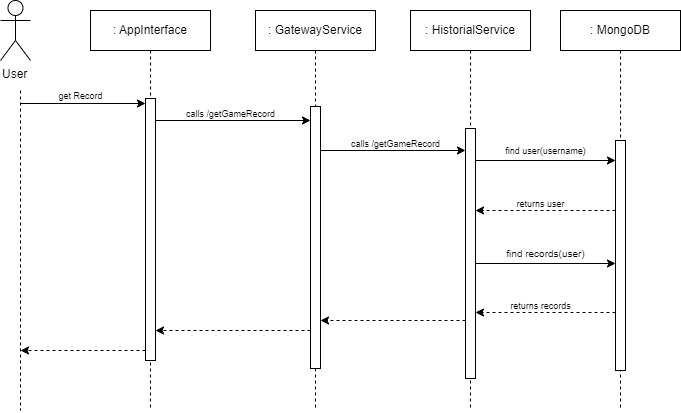
Before: docs/images/getRecordScenario.png, a diagram exported from draw.io (Arquisoft/wiq_es1b). Source tidied: cells renumbered, new cells last; positions are measured from the earlier drawing's top-left corner, leaving out a move shared by most shapes. The source it was exported from:
```xml
<mxGraphModel>
  <root>
    <mxCell id="0" />
    <mxCell id="1" parent="0" />
    <mxCell id="2" style="edgeStyle=orthogonalEdgeStyle;rounded=0;orthogonalLoop=1;jettySize=auto;html=1;dashed=1;endArrow=none;endFill=0;" parent="1" edge="1">
      <mxGeometry relative="1" as="geometry">
        <mxPoint x="20" y="90" as="sourcePoint" />
        <mxPoint x="20" y="410" as="targetPoint" />
      </mxGeometry>
    </mxCell>
    <mxCell id="3" value="User" style="shape=umlActor;verticalLabelPosition=bottom;verticalAlign=top;html=1;direction=east;align=left;horizontal=1;" parent="1" vertex="1">
      <mxGeometry width="30" height="60" as="geometry" />
    </mxCell>
    <mxCell id="4" style="edgeStyle=orthogonalEdgeStyle;rounded=0;jettySize=auto;html=1;dashed=1;endArrow=none;endFill=0;" parent="1" edge="1" source="5">
      <mxGeometry relative="1" as="geometry">
        <mxPoint x="150" y="410" as="targetPoint" />
      </mxGeometry>
    </mxCell>
    <mxCell id="5" value=": AppInterface" style="rounded=0;whiteSpace=wrap;html=1;" parent="1" vertex="1">
      <mxGeometry x="90" y="10" width="120" height="40" as="geometry" />
    </mxCell>
    <mxCell id="6" style="endArrow=classic;html=1;rounded=0;entryX=0;entryY=0;entryDx=0;entryDy=5;entryPerimeter=0;" parent="1" edge="1" target="9">
      <mxGeometry relative="1" as="geometry">
        <mxPoint x="20" y="103" as="sourcePoint" />
      </mxGeometry>
    </mxCell>
    <mxCell id="7" value="&lt;font style=&quot;font-size: 9px;&quot;&gt;get Record&lt;/font&gt;" style="text;html=1;align=center;verticalAlign=middle;strokeColor=none;fillColor=none;" parent="1" vertex="1">
      <mxGeometry x="45" y="80" width="70" height="30" as="geometry" />
    </mxCell>
    <mxCell id="8" style="edgeStyle=orthogonalEdgeStyle;rounded=0;orthogonalLoop=1;jettySize=auto;html=1;curved=0;dashed=1;" parent="1" edge="1">
      <mxGeometry relative="1" as="geometry">
        <mxPoint x="145" y="350" as="sourcePoint" />
        <mxPoint x="20" y="350" as="targetPoint" />
      </mxGeometry>
    </mxCell>
    <mxCell id="9" style="html=1;points=[[0,0,0,0,5],[0,1,0,0,-5],[1,0,0,0,5],[1,1,0,0,-5]];perimeter=orthogonalPerimeter;outlineConnect=0;targetShapes=umlLifeline;portConstraint=eastwest;newEdgeStyle={&quot;curved&quot;:0,&quot;rounded&quot;:0};" parent="1" vertex="1">
      <mxGeometry x="145" y="98" width="10" height="262" as="geometry" />
    </mxCell>
    <mxCell id="10" style="edgeStyle=orthogonalEdgeStyle;rounded=0;orthogonalLoop=1;jettySize=auto;html=1;curved=0;" parent="1" edge="1">
      <mxGeometry relative="1" as="geometry">
        <mxPoint x="155" y="120" as="sourcePoint" />
        <mxPoint x="310" y="120" as="targetPoint" />
        <Array as="points">
          <mxPoint x="155" y="120" />
        </Array>
      </mxGeometry>
    </mxCell>
    <mxCell id="11" style="edgeStyle=orthogonalEdgeStyle;rounded=0;jettySize=auto;html=1;dashed=1;endArrow=none;endFill=0;" parent="1" edge="1" source="12">
      <mxGeometry relative="1" as="geometry">
        <mxPoint x="315" y="410" as="targetPoint" />
      </mxGeometry>
    </mxCell>
    <mxCell id="12" value=": GatewayService" style="rounded=0;whiteSpace=wrap;html=1;" parent="1" vertex="1">
      <mxGeometry x="255" y="10" width="120" height="40" as="geometry" />
    </mxCell>
    <mxCell id="13" style="edgeStyle=orthogonalEdgeStyle;rounded=0;orthogonalLoop=1;jettySize=auto;html=1;curved=0;dashed=1;" parent="1" edge="1">
      <mxGeometry relative="1" as="geometry">
        <mxPoint x="310" y="330" as="sourcePoint" />
        <mxPoint x="155" y="330" as="targetPoint" />
        <Array as="points">
          <mxPoint x="190" y="330" />
          <mxPoint x="190" y="330" />
        </Array>
      </mxGeometry>
    </mxCell>
    <mxCell id="14" style="html=1;perimeter=orthogonalPerimeter;targetShapes=umlLifeline;newEdgeStyle={&quot;curved&quot;:0,&quot;rounded&quot;:0};" parent="1" vertex="1">
      <mxGeometry x="310" y="106" width="10" height="262" as="geometry" />
    </mxCell>
    <mxCell id="15" value="&lt;font style=&quot;font-size: 9px;&quot;&gt;calls /getGameRecord&lt;/font&gt;" style="text;html=1;align=center;verticalAlign=middle;strokeColor=none;fillColor=none;" parent="1" vertex="1">
      <mxGeometry x="175" y="98" width="110" height="30" as="geometry" />
    </mxCell>
    <mxCell id="16" style="edgeStyle=orthogonalEdgeStyle;rounded=0;jettySize=auto;html=1;dashed=1;endArrow=none;endFill=0;" parent="1" edge="1" source="17">
      <mxGeometry relative="1" as="geometry">
        <mxPoint x="470" y="410" as="targetPoint" />
      </mxGeometry>
    </mxCell>
    <mxCell id="17" value=": HistorialService" style="rounded=0;whiteSpace=wrap;html=1;" parent="1" vertex="1">
      <mxGeometry x="410" y="10" width="120" height="40" as="geometry" />
    </mxCell>
    <mxCell id="18" style="edgeStyle=orthogonalEdgeStyle;rounded=0;orthogonalLoop=1;jettySize=auto;html=1;curved=0;dashed=1;" parent="1" edge="1">
      <mxGeometry relative="1" as="geometry">
        <mxPoint x="465" y="320" as="sourcePoint" />
        <mxPoint x="320" y="320" as="targetPoint" />
        <Array as="points">
          <mxPoint x="430" y="320" />
          <mxPoint x="430" y="320" />
        </Array>
      </mxGeometry>
    </mxCell>
    <mxCell id="19" style="html=1;perimeter=orthogonalPerimeter;targetShapes=umlLifeline;newEdgeStyle={&quot;curved&quot;:0,&quot;rounded&quot;:0};" parent="1" vertex="1">
      <mxGeometry x="465" y="128" width="10" height="250" as="geometry" />
    </mxCell>
    <mxCell id="20" style="endArrow=classic;html=1;rounded=0;" parent="1" edge="1">
      <mxGeometry relative="1" as="geometry">
        <mxPoint x="320" y="150" as="sourcePoint" />
        <mxPoint x="465" y="150" as="targetPoint" />
      </mxGeometry>
    </mxCell>
    <mxCell id="21" value="&lt;font style=&quot;font-size: 9px;&quot;&gt;calls /getGameRecord&lt;/font&gt;" style="text;html=1;align=center;verticalAlign=middle;strokeColor=none;fillColor=none;" parent="1" vertex="1">
      <mxGeometry x="340" y="128" width="110" height="30" as="geometry" />
    </mxCell>
    <mxCell id="22" style="edgeStyle=orthogonalEdgeStyle;rounded=0;jettySize=auto;html=1;dashed=1;endArrow=none;endFill=0;" parent="1" edge="1" source="23">
      <mxGeometry relative="1" as="geometry">
        <mxPoint x="620" y="410" as="targetPoint" />
      </mxGeometry>
    </mxCell>
    <mxCell id="23" value=": MongoDB" style="rounded=0;whiteSpace=wrap;html=1;" parent="1" vertex="1">
      <mxGeometry x="560" y="10" width="120" height="40" as="geometry" />
    </mxCell>
    <mxCell id="24" style="html=1;perimeter=orthogonalPerimeter;targetShapes=umlLifeline;newEdgeStyle={&quot;curved&quot;:0,&quot;rounded&quot;:0};" parent="1" vertex="1">
      <mxGeometry x="615" y="140" width="10" height="230" as="geometry" />
    </mxCell>
    <mxCell id="25" style="endArrow=classic;html=1;rounded=0;" parent="1" edge="1">
      <mxGeometry relative="1" as="geometry">
        <mxPoint x="475" y="160" as="sourcePoint" />
        <mxPoint x="615" y="160" as="targetPoint" />
      </mxGeometry>
    </mxCell>
    <mxCell id="26" value="&lt;font style=&quot;font-size: 9px;&quot;&gt;find user(username)&lt;/font&gt;" style="text;html=1;align=center;verticalAlign=middle;strokeColor=none;fillColor=none;" parent="1" vertex="1">
      <mxGeometry x="495" y="135" width="100" height="30" as="geometry" />
    </mxCell>
    <mxCell id="27" style="endArrow=classic;html=1;rounded=0;dashed=1;" parent="1" edge="1">
      <mxGeometry relative="1" as="geometry">
        <mxPoint x="615" y="210" as="sourcePoint" />
        <mxPoint x="475" y="210" as="targetPoint" />
      </mxGeometry>
    </mxCell>
    <mxCell id="28" value="&lt;font style=&quot;font-size: 9px;&quot;&gt;returns user&lt;/font&gt;" style="text;html=1;align=center;verticalAlign=middle;strokeColor=none;fillColor=none;" parent="1" vertex="1">
      <mxGeometry x="505" y="188" width="70" height="30" as="geometry" />
    </mxCell>
    <mxCell id="29" style="endArrow=classic;html=1;rounded=0;" parent="1" edge="1">
      <mxGeometry relative="1" as="geometry">
        <mxPoint x="475" y="263" as="sourcePoint" />
        <mxPoint x="615" y="263" as="targetPoint" />
      </mxGeometry>
    </mxCell>
    <mxCell id="30" value="&lt;font size=&quot;1&quot;&gt;find records(user)&lt;/font&gt;" style="text;html=1;align=center;verticalAlign=middle;strokeColor=none;fillColor=none;" parent="1" vertex="1">
      <mxGeometry x="495" y="238" width="100" height="30" as="geometry" />
    </mxCell>
    <mxCell id="31" style="endArrow=classic;html=1;rounded=0;dashed=1;" parent="1" edge="1">
      <mxGeometry relative="1" as="geometry">
        <mxPoint x="615" y="312" as="sourcePoint" />
        <mxPoint x="475" y="312" as="targetPoint" />
      </mxGeometry>
    </mxCell>
    <mxCell id="32" value="&lt;font style=&quot;font-size: 9px;&quot;&gt;returns records&lt;/font&gt;" style="text;html=1;align=center;verticalAlign=middle;strokeColor=none;fillColor=none;" parent="1" vertex="1">
      <mxGeometry x="500" y="290" width="80" height="30" as="geometry" />
    </mxCell>
  </root>
</mxGraphModel>
```
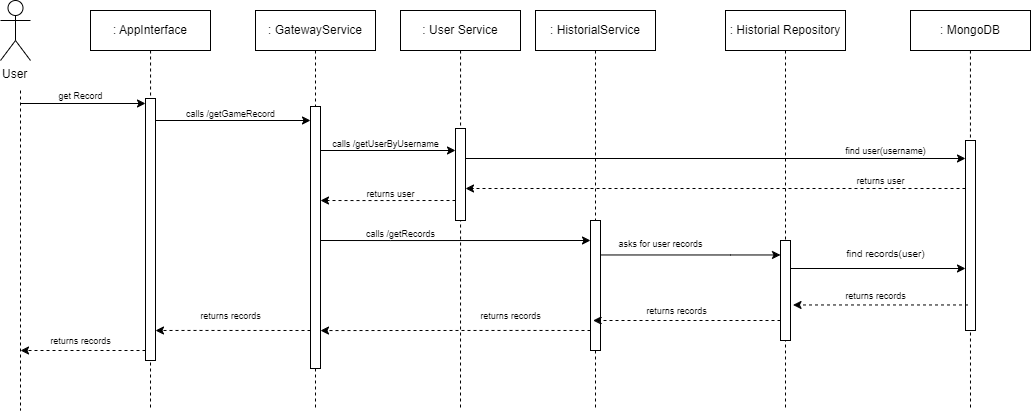
The same diagram one commit later.

Commit message:
replacing some scenario diragrams, changed some arch. constraints to decisions and complete quality scenarios

What changed in the source:
```diff
@@ -63,6 +63,16 @@
         </Array>
       </mxGeometry>
     </mxCell>
+    <mxCell id="33" style="edgeStyle=orthogonalEdgeStyle;rounded=0;orthogonalLoop=1;jettySize=auto;html=1;curved=0;" parent="1" edge="1">
+      <mxGeometry relative="1" as="geometry">
+        <mxPoint x="320" y="240" as="sourcePoint" />
+        <mxPoint x="590" y="240" as="targetPoint" />
+        <Array as="points">
+          <mxPoint x="390" y="239.9" />
+          <mxPoint x="390" y="239.9" />
+        </Array>
+      </mxGeometry>
+    </mxCell>
     <mxCell id="14" style="html=1;perimeter=orthogonalPerimeter;targetShapes=umlLifeline;newEdgeStyle={&quot;curved&quot;:0,&quot;rounded&quot;:0};" parent="1" vertex="1">
       <mxGeometry x="310" y="106" width="10" height="262" as="geometry" />
     </mxCell>
@@ -71,80 +81,147 @@
     </mxCell>
     <mxCell id="16" style="edgeStyle=orthogonalEdgeStyle;rounded=0;jettySize=auto;html=1;dashed=1;endArrow=none;endFill=0;" parent="1" edge="1" source="17">
       <mxGeometry relative="1" as="geometry">
-        <mxPoint x="470" y="410" as="targetPoint" />
+        <mxPoint x="595" y="410" as="targetPoint" />
       </mxGeometry>
     </mxCell>
     <mxCell id="17" value=": HistorialService" style="rounded=0;whiteSpace=wrap;html=1;" parent="1" vertex="1">
-      <mxGeometry x="410" y="10" width="120" height="40" as="geometry" />
+      <mxGeometry x="535" y="10" width="120" height="40" as="geometry" />
     </mxCell>
     <mxCell id="18" style="edgeStyle=orthogonalEdgeStyle;rounded=0;orthogonalLoop=1;jettySize=auto;html=1;curved=0;dashed=1;" parent="1" edge="1">
       <mxGeometry relative="1" as="geometry">
-        <mxPoint x="465" y="320" as="sourcePoint" />
-        <mxPoint x="320" y="320" as="targetPoint" />
+        <mxPoint x="590" y="330" as="sourcePoint" />
+        <mxPoint x="320" y="330.1" as="targetPoint" />
         <Array as="points">
-          <mxPoint x="430" y="320" />
-          <mxPoint x="430" y="320" />
+          <mxPoint x="520" y="330.1" />
+          <mxPoint x="520" y="330.1" />
         </Array>
       </mxGeometry>
     </mxCell>
+    <mxCell id="34" style="edgeStyle=orthogonalEdgeStyle;rounded=0;orthogonalLoop=1;jettySize=auto;html=1;curved=0;" parent="1" edge="1">
+      <mxGeometry relative="1" as="geometry">
+        <mxPoint x="600" y="254.5" as="sourcePoint" />
+        <mxPoint x="780" y="254.5" as="targetPoint" />
+        <Array as="points">
+          <mxPoint x="730" y="254.5" />
+          <mxPoint x="730" y="254.5" />
+        </Array>
+      </mxGeometry>
+    </mxCell>
     <mxCell id="19" style="html=1;perimeter=orthogonalPerimeter;targetShapes=umlLifeline;newEdgeStyle={&quot;curved&quot;:0,&quot;rounded&quot;:0};" parent="1" vertex="1">
-      <mxGeometry x="465" y="128" width="10" height="250" as="geometry" />
+      <mxGeometry x="590" y="220" width="10" height="130" as="geometry" />
     </mxCell>
-    <mxCell id="20" style="endArrow=classic;html=1;rounded=0;" parent="1" edge="1">
+    <mxCell id="20" style="endArrow=classic;html=1;rounded=0;" parent="1" edge="1" target="41">
       <mxGeometry relative="1" as="geometry">
         <mxPoint x="320" y="150" as="sourcePoint" />
-        <mxPoint x="465" y="150" as="targetPoint" />
       </mxGeometry>
     </mxCell>
-    <mxCell id="21" value="&lt;font style=&quot;font-size: 9px;&quot;&gt;calls /getGameRecord&lt;/font&gt;" style="text;html=1;align=center;verticalAlign=middle;strokeColor=none;fillColor=none;" parent="1" vertex="1">
-      <mxGeometry x="340" y="128" width="110" height="30" as="geometry" />
-    </mxCell>
     <mxCell id="22" style="edgeStyle=orthogonalEdgeStyle;rounded=0;jettySize=auto;html=1;dashed=1;endArrow=none;endFill=0;" parent="1" edge="1" source="23">
       <mxGeometry relative="1" as="geometry">
-        <mxPoint x="620" y="410" as="targetPoint" />
+        <mxPoint x="970" y="410" as="targetPoint" />
       </mxGeometry>
     </mxCell>
     <mxCell id="23" value=": MongoDB" style="rounded=0;whiteSpace=wrap;html=1;" parent="1" vertex="1">
-      <mxGeometry x="560" y="10" width="120" height="40" as="geometry" />
+      <mxGeometry x="910" y="10" width="120" height="40" as="geometry" />
     </mxCell>
     <mxCell id="24" style="html=1;perimeter=orthogonalPerimeter;targetShapes=umlLifeline;newEdgeStyle={&quot;curved&quot;:0,&quot;rounded&quot;:0};" parent="1" vertex="1">
-      <mxGeometry x="615" y="140" width="10" height="230" as="geometry" />
+      <mxGeometry x="965" y="140" width="10" height="190" as="geometry" />
     </mxCell>
-    <mxCell id="25" style="endArrow=classic;html=1;rounded=0;" parent="1" edge="1">
-      <mxGeometry relative="1" as="geometry">
-        <mxPoint x="475" y="160" as="sourcePoint" />
-        <mxPoint x="615" y="160" as="targetPoint" />
-      </mxGeometry>
-    </mxCell>
+    <mxCell id="31" style="endArrow=classic;html=1;rounded=0;dashed=1;entryX=0.258;entryY=0.585;entryDx=0;entryDy=0;entryPerimeter=0;" parent="1" edge="1">
+      <mxGeometry relative="1" as="geometry">
+        <mxPoint x="780" y="320" as="sourcePoint" />
+        <mxPoint x="592.6" y="320" as="targetPoint" />
+      </mxGeometry>
+    </mxCell>
+    <mxCell id="35" style="edgeStyle=orthogonalEdgeStyle;rounded=0;jettySize=auto;html=1;dashed=1;endArrow=none;endFill=0;" parent="1" edge="1" source="36">
+      <mxGeometry relative="1" as="geometry">
+        <mxPoint x="785" y="410" as="targetPoint" />
+      </mxGeometry>
+    </mxCell>
+    <mxCell id="36" value=": Historial Repository" style="rounded=0;whiteSpace=wrap;html=1;" parent="1" vertex="1">
+      <mxGeometry x="725" y="10" width="120" height="40" as="geometry" />
+    </mxCell>
+    <mxCell id="37" style="html=1;perimeter=orthogonalPerimeter;targetShapes=umlLifeline;newEdgeStyle={&quot;curved&quot;:0,&quot;rounded&quot;:0};" parent="1" vertex="1">
+      <mxGeometry x="780" y="240" width="10" height="100" as="geometry" />
+    </mxCell>
+    <mxCell id="38" style="edgeStyle=orthogonalEdgeStyle;rounded=0;jettySize=auto;html=1;dashed=1;endArrow=none;endFill=0;" parent="1" edge="1" source="39">
+      <mxGeometry relative="1" as="geometry">
+        <mxPoint x="460" y="410" as="targetPoint" />
+      </mxGeometry>
+    </mxCell>
+    <mxCell id="39" value=": User Service" style="rounded=0;whiteSpace=wrap;html=1;" parent="1" vertex="1">
+      <mxGeometry x="400" y="10" width="120" height="40" as="geometry" />
+    </mxCell>
+    <mxCell id="40" style="edgeStyle=orthogonalEdgeStyle;rounded=0;orthogonalLoop=1;jettySize=auto;html=1;curved=0;dashed=1;" parent="1" edge="1">
+      <mxGeometry relative="1" as="geometry">
+        <mxPoint x="455" y="200" as="sourcePoint" />
+        <mxPoint x="320" y="200" as="targetPoint" />
+        <Array as="points">
+          <mxPoint x="360" y="200" />
+          <mxPoint x="360" y="200" />
+        </Array>
+      </mxGeometry>
+    </mxCell>
+    <mxCell id="41" style="html=1;points=[[0,0,0,0,5],[0,1,0,0,-5],[1,0,0,0,5],[1,1,0,0,-5]];perimeter=orthogonalPerimeter;outlineConnect=0;targetShapes=umlLifeline;portConstraint=eastwest;newEdgeStyle={&quot;curved&quot;:0,&quot;rounded&quot;:0};" parent="1" vertex="1">
+      <mxGeometry x="455" y="128" width="10" height="92" as="geometry" />
+    </mxCell>
+    <mxCell id="42" style="endArrow=classic;html=1;rounded=0;" parent="1" edge="1">
+      <mxGeometry relative="1" as="geometry">
+        <mxPoint x="465" y="158" as="sourcePoint" />
+        <mxPoint x="965" y="158" as="targetPoint" />
+      </mxGeometry>
+    </mxCell>
     <mxCell id="26" value="&lt;font style=&quot;font-size: 9px;&quot;&gt;find user(username)&lt;/font&gt;" style="text;html=1;align=center;verticalAlign=middle;strokeColor=none;fillColor=none;" parent="1" vertex="1">
-      <mxGeometry x="495" y="135" width="100" height="30" as="geometry" />
+      <mxGeometry x="835" y="135" width="100" height="30" as="geometry" />
     </mxCell>
-    <mxCell id="27" style="endArrow=classic;html=1;rounded=0;dashed=1;" parent="1" edge="1">
-      <mxGeometry relative="1" as="geometry">
-        <mxPoint x="615" y="210" as="sourcePoint" />
-        <mxPoint x="475" y="210" as="targetPoint" />
-      </mxGeometry>
-    </mxCell>
-    <mxCell id="28" value="&lt;font style=&quot;font-size: 9px;&quot;&gt;returns user&lt;/font&gt;" style="text;html=1;align=center;verticalAlign=middle;strokeColor=none;fillColor=none;" parent="1" vertex="1">
-      <mxGeometry x="505" y="188" width="70" height="30" as="geometry" />
-    </mxCell>
-    <mxCell id="29" style="endArrow=classic;html=1;rounded=0;" parent="1" edge="1">
-      <mxGeometry relative="1" as="geometry">
-        <mxPoint x="475" y="263" as="sourcePoint" />
-        <mxPoint x="615" y="263" as="targetPoint" />
-      </mxGeometry>
-    </mxCell>
+    <mxCell id="43" style="endArrow=classic;html=1;rounded=0;dashed=1;" parent="1" edge="1" target="41">
+      <mxGeometry relative="1" as="geometry">
+        <mxPoint x="965" y="188" as="sourcePoint" />
+      </mxGeometry>
+    </mxCell>
+    <mxCell id="44" value="&lt;font style=&quot;font-size: 9px;&quot;&gt;returns user&lt;/font&gt;" style="text;html=1;align=center;verticalAlign=middle;strokeColor=none;fillColor=none;" parent="1" vertex="1">
+      <mxGeometry x="845" y="165" width="70" height="30" as="geometry" />
+    </mxCell>
+    <mxCell id="45" style="endArrow=classic;html=1;rounded=0;" parent="1" edge="1">
+      <mxGeometry relative="1" as="geometry">
+        <mxPoint x="790" y="268" as="sourcePoint" />
+        <mxPoint x="965" y="268" as="targetPoint" />
+      </mxGeometry>
+    </mxCell>
     <mxCell id="30" value="&lt;font size=&quot;1&quot;&gt;find records(user)&lt;/font&gt;" style="text;html=1;align=center;verticalAlign=middle;strokeColor=none;fillColor=none;" parent="1" vertex="1">
-      <mxGeometry x="495" y="238" width="100" height="30" as="geometry" />
+      <mxGeometry x="835" y="238" width="100" height="30" as="geometry" />
     </mxCell>
-    <mxCell id="31" style="endArrow=classic;html=1;rounded=0;dashed=1;" parent="1" edge="1">
-      <mxGeometry relative="1" as="geometry">
-        <mxPoint x="615" y="312" as="sourcePoint" />
-        <mxPoint x="475" y="312" as="targetPoint" />
-      </mxGeometry>
-    </mxCell>
-    <mxCell id="32" value="&lt;font style=&quot;font-size: 9px;&quot;&gt;returns records&lt;/font&gt;" style="text;html=1;align=center;verticalAlign=middle;strokeColor=none;fillColor=none;" parent="1" vertex="1">
-      <mxGeometry x="500" y="290" width="80" height="30" as="geometry" />
-    </mxCell>
+    <mxCell id="46" style="endArrow=classic;html=1;rounded=0;dashed=1;" parent="1" edge="1">
+      <mxGeometry relative="1" as="geometry">
+        <mxPoint x="967.5" y="304.5" as="sourcePoint" />
+        <mxPoint x="792.5" y="304.5" as="targetPoint" />
+      </mxGeometry>
+    </mxCell>
+    <mxCell id="47" value="&lt;font style=&quot;font-size: 9px;&quot;&gt;returns records&lt;/font&gt;" style="text;html=1;align=center;verticalAlign=middle;strokeColor=none;fillColor=none;" parent="1" vertex="1">
+      <mxGeometry x="835" y="280" width="80" height="30" as="geometry" />
+    </mxCell>
+    <mxCell id="48" value="&lt;font style=&quot;font-size: 9px;&quot;&gt;calls /getUserByUsername&lt;/font&gt;" style="text;html=1;align=center;verticalAlign=middle;strokeColor=none;fillColor=none;" parent="1" vertex="1">
+      <mxGeometry x="320" y="128" width="130" height="30" as="geometry" />
+    </mxCell>
+    <mxCell id="49" value="&lt;font style=&quot;font-size: 9px;&quot;&gt;returns user&lt;/font&gt;" style="text;html=1;align=center;verticalAlign=middle;strokeColor=none;fillColor=none;" parent="1" vertex="1">
+      <mxGeometry x="355" y="178" width="70" height="30" as="geometry" />
+    </mxCell>
+    <mxCell id="50" value="&lt;font style=&quot;font-size: 9px;&quot;&gt;calls /getRecords&lt;/font&gt;" style="text;html=1;align=center;verticalAlign=middle;strokeColor=none;fillColor=none;" parent="1" vertex="1">
+      <mxGeometry x="355" y="218" width="90" height="30" as="geometry" />
+    </mxCell>
+    <mxCell id="51" value="&lt;font style=&quot;font-size: 9px;&quot;&gt;asks for user records&lt;/font&gt;" style="text;html=1;align=center;verticalAlign=middle;strokeColor=none;fillColor=none;" parent="1" vertex="1">
+      <mxGeometry x="605" y="228" width="110" height="30" as="geometry" />
+    </mxCell>
+    <mxCell id="52" value="&lt;font style=&quot;font-size: 9px;&quot;&gt;returns records&lt;/font&gt;" style="text;html=1;align=center;verticalAlign=middle;strokeColor=none;fillColor=none;" parent="1" vertex="1">
+      <mxGeometry x="636" y="295" width="80" height="30" as="geometry" />
+    </mxCell>
+    <mxCell id="53" value="&lt;font style=&quot;font-size: 9px;&quot;&gt;returns records&lt;/font&gt;" style="text;html=1;align=center;verticalAlign=middle;strokeColor=none;fillColor=none;" parent="1" vertex="1">
+      <mxGeometry x="470" y="300" width="80" height="30" as="geometry" />
+    </mxCell>
+    <mxCell id="54" value="&lt;font style=&quot;font-size: 9px;&quot;&gt;returns records&lt;/font&gt;" style="text;html=1;align=center;verticalAlign=middle;strokeColor=none;fillColor=none;" parent="1" vertex="1">
+      <mxGeometry x="190" y="300" width="80" height="30" as="geometry" />
+    </mxCell>
+    <mxCell id="55" value="&lt;font style=&quot;font-size: 9px;&quot;&gt;returns records&lt;/font&gt;" style="text;html=1;align=center;verticalAlign=middle;strokeColor=none;fillColor=none;" parent="1" vertex="1">
+      <mxGeometry x="40" y="325" width="80" height="30" as="geometry" />
+    </mxCell>
   </root>
 </mxGraphModel>
```
